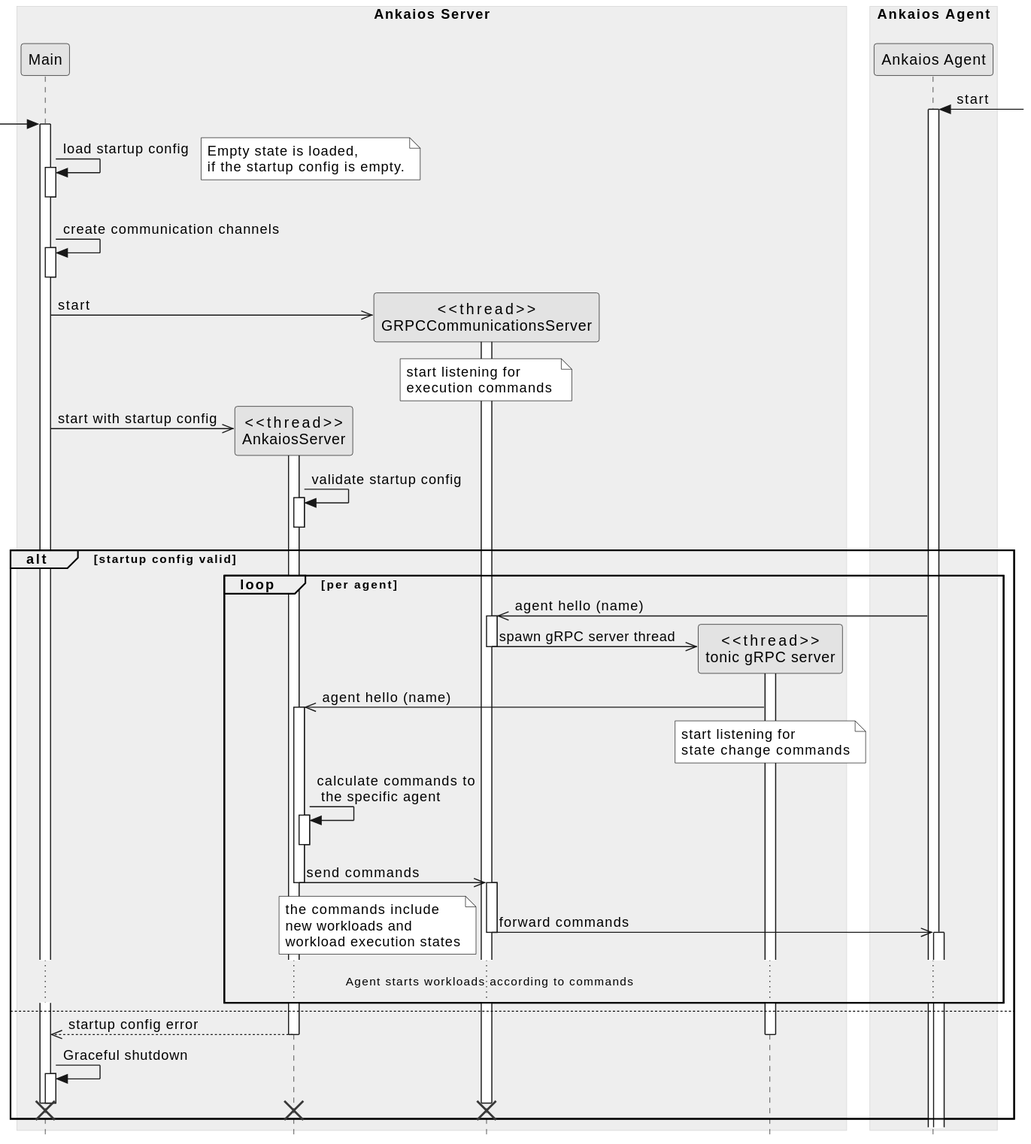
eclipse-ankaios/ankaios keeps this PlantUML diagram as server/doc/swdesign/plantuml/seq_startup.svg. Above is the earlier version.
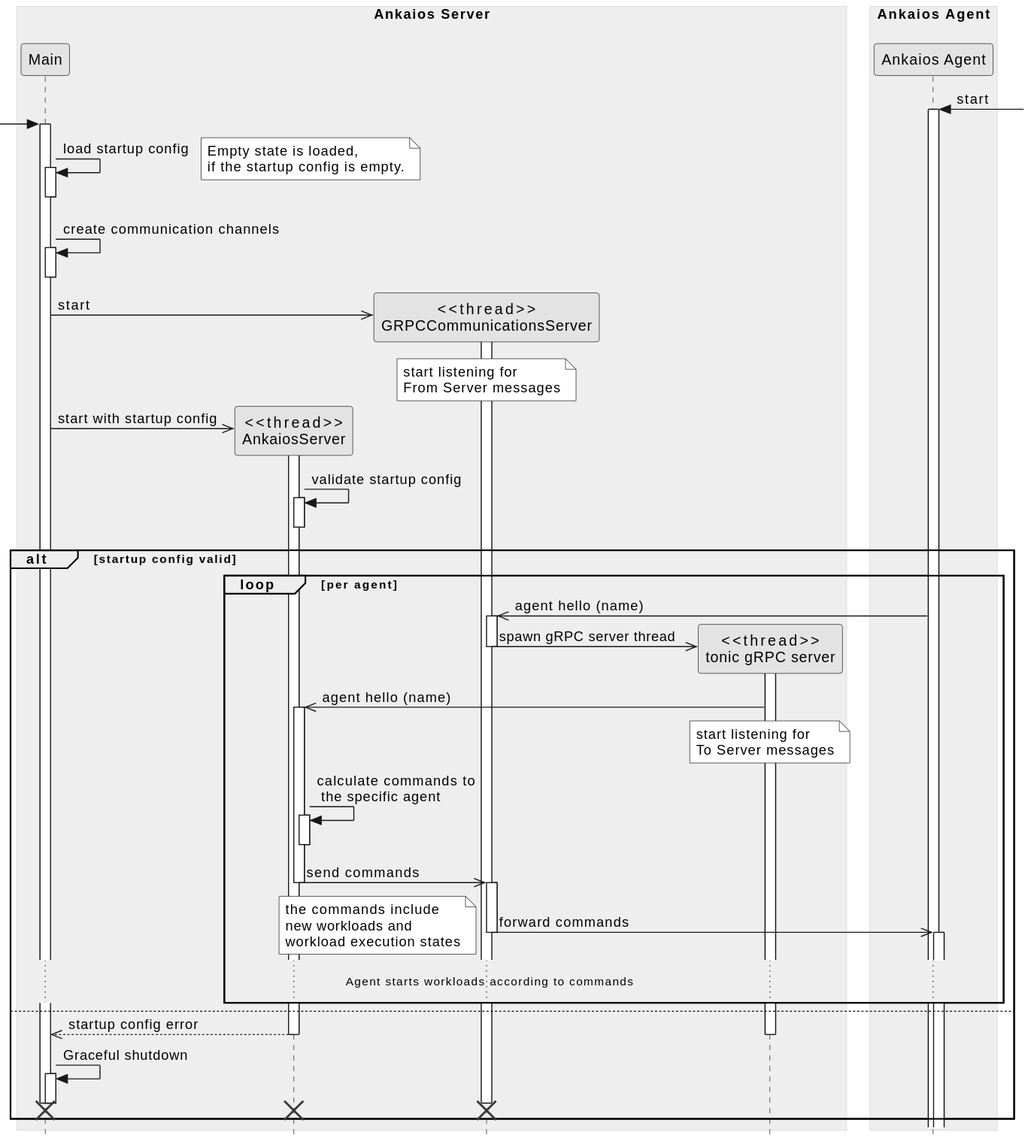
Later version of the same file.

Diff of the diagram source:
```diff
@@ -23,7 +23,7 @@
 activate grpc_server
 note over grpc_server
     start listening for
-    execution commands /'evil laughter'/
+    From Server messages
 end note
 main ->> server **: start with startup config
 activate server
@@ -39,7 +39,7 @@
     tonic_server ->> server++: agent hello (name)
     note over tonic_server
         start listening for
-        state change commands
+        To Server messages
     end note
 
     server -> server ++--: calculate commands to \n the specific agent
```
